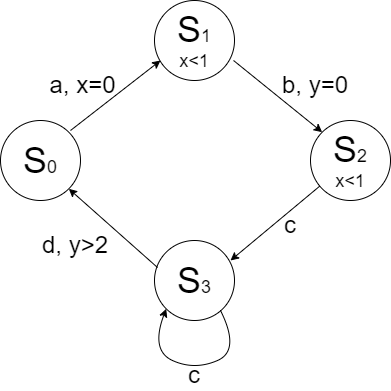
Before: 1png.drawio.png, a diagram exported from draw.io (tchernets-maria/progectToNeo). Source tidied: cells renumbered, new cells last; positions are measured from the earlier drawing's top-left corner, leaving out a move shared by most shapes.
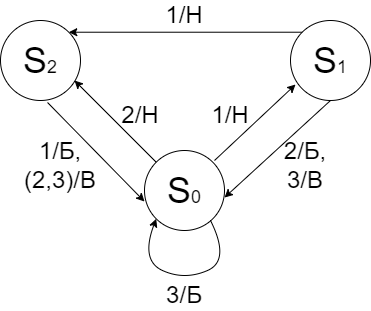
After the commit.

What changed in the source:
```diff
@@ -2,34 +2,15 @@
   <root>
     <mxCell id="0" />
     <mxCell id="1" parent="0" />
-    <mxCell id="2" value="&lt;font style=&quot;&quot;&gt;&lt;font style=&quot;font-size: 36px;&quot;&gt;S&lt;/font&gt;&lt;font style=&quot;font-size: 18px;&quot;&gt;0&lt;/font&gt;&lt;/font&gt;" style="ellipse;whiteSpace=wrap;html=1;" parent="1" vertex="1">
-      <mxGeometry y="120" width="80" height="80" as="geometry" />
+    <mxCell id="2" value="&lt;font style=&quot;&quot;&gt;&lt;font style=&quot;font-size: 36px;&quot;&gt;S&lt;/font&gt;&lt;font style=&quot;font-size: 18px;&quot;&gt;2&lt;/font&gt;&lt;/font&gt;" style="ellipse;whiteSpace=wrap;html=1;" parent="1" vertex="1">
+      <mxGeometry x="10" y="110" width="80" height="80" as="geometry" />
     </mxCell>
-    <mxCell id="3" value="&lt;font style=&quot;font-size: 36px;&quot;&gt;S&lt;/font&gt;&lt;font style=&quot;font-size: 18px;&quot;&gt;1&lt;br&gt;x&amp;lt;1&lt;br&gt;&lt;/font&gt;" style="ellipse;whiteSpace=wrap;html=1;" parent="1" vertex="1">
-      <mxGeometry x="154" width="80" height="80" as="geometry" />
-    </mxCell>
-    <mxCell id="4" value="&lt;font style=&quot;font-size: 36px;&quot;&gt;S&lt;/font&gt;&lt;font style=&quot;font-size: 18px;&quot;&gt;2&lt;br&gt;x&amp;lt;1&lt;br&gt;&lt;/font&gt;" style="ellipse;whiteSpace=wrap;html=1;" parent="1" vertex="1">
-      <mxGeometry x="310" y="120" width="80" height="80" as="geometry" />
+    <mxCell id="4" value="&lt;font style=&quot;font-size: 36px;&quot;&gt;S&lt;/font&gt;&lt;font style=&quot;font-size: 18px;&quot;&gt;1&lt;/font&gt;&lt;font style=&quot;font-size: 18px;&quot;&gt;&lt;br&gt;&lt;/font&gt;" style="ellipse;whiteSpace=wrap;html=1;" parent="1" vertex="1">
+      <mxGeometry x="300" y="110" width="80" height="80" as="geometry" />
     </mxCell>
-    <mxCell id="5" value="&lt;font style=&quot;font-size: 36px;&quot;&gt;S&lt;/font&gt;&lt;font style=&quot;font-size: 18px;&quot;&gt;3&lt;/font&gt;" style="ellipse;whiteSpace=wrap;html=1;" parent="1" vertex="1">
+    <mxCell id="5" value="&lt;font style=&quot;font-size: 36px;&quot;&gt;S&lt;/font&gt;&lt;font style=&quot;font-size: 18px;&quot;&gt;0&lt;/font&gt;" style="ellipse;whiteSpace=wrap;html=1;" parent="1" vertex="1">
       <mxGeometry x="154" y="240" width="80" height="80" as="geometry" />
     </mxCell>
-    <mxCell id="6" style="endArrow=classic;html=1;rounded=0;fontSize=24;entryX=0.075;entryY=0.75;entryDx=0;entryDy=0;entryPerimeter=0;" parent="1" edge="1" target="3">
-      <mxGeometry relative="1" as="geometry">
-        <mxPoint x="70" y="130" as="sourcePoint" />
-      </mxGeometry>
-    </mxCell>
-    <mxCell id="7" style="endArrow=classic;html=1;rounded=0;fontSize=24;" parent="1" edge="1" source="4">
-      <mxGeometry relative="1" as="geometry">
-        <mxPoint x="230" y="260" as="targetPoint" />
-      </mxGeometry>
-    </mxCell>
-    <mxCell id="8" style="endArrow=classic;html=1;rounded=0;fontSize=24;exitX=0.038;exitY=0.338;exitDx=0;exitDy=0;exitPerimeter=0;entryX=1;entryY=1;entryDx=0;entryDy=0;" parent="1" edge="1" source="5" target="2">
-      <mxGeometry relative="1" as="geometry" />
-    </mxCell>
-    <mxCell id="9" style="endArrow=classic;html=1;rounded=0;fontSize=24;entryX=0;entryY=0;entryDx=0;entryDy=0;exitX=0.988;exitY=0.75;exitDx=0;exitDy=0;exitPerimeter=0;" parent="1" edge="1" source="3" target="4">
-      <mxGeometry relative="1" as="geometry" />
-    </mxCell>
     <mxCell id="10" style="curved=1;endArrow=classic;html=1;rounded=0;fontSize=24;entryX=0;entryY=1;entryDx=0;entryDy=0;" parent="1" edge="1" target="5">
       <mxGeometry relative="1" as="geometry">
         <mxPoint x="220" y="310" as="sourcePoint" />
@@ -40,20 +21,40 @@
         </Array>
       </mxGeometry>
     </mxCell>
-    <mxCell id="11" value="c" style="text;html=1;strokeColor=none;fillColor=none;align=center;verticalAlign=middle;whiteSpace=wrap;rounded=0;fontSize=24;" parent="1" vertex="1">
-      <mxGeometry x="164" y="360" width="60" height="30" as="geometry" />
+    <mxCell id="11" value="3/Б" style="text;html=1;strokeColor=none;fillColor=none;align=center;verticalAlign=middle;whiteSpace=wrap;rounded=0;fontSize=24;" parent="1" vertex="1">
+      <mxGeometry x="164" y="370" width="60" height="30" as="geometry" />
     </mxCell>
-    <mxCell id="12" value="c" style="text;html=1;strokeColor=none;fillColor=none;align=center;verticalAlign=middle;whiteSpace=wrap;rounded=0;fontSize=24;" parent="1" vertex="1">
-      <mxGeometry x="260" y="210" width="60" height="30" as="geometry" />
-    </mxCell>
-    <mxCell id="13" value="b, y=0" style="text;html=1;strokeColor=none;fillColor=none;align=center;verticalAlign=middle;whiteSpace=wrap;rounded=0;fontSize=24;" parent="1" vertex="1">
-      <mxGeometry x="270" y="70" width="90" height="30" as="geometry" />
-    </mxCell>
-    <mxCell id="14" value="d, y&amp;gt;2" style="text;html=1;strokeColor=none;fillColor=none;align=center;verticalAlign=middle;whiteSpace=wrap;rounded=0;fontSize=24;" parent="1" vertex="1">
-      <mxGeometry x="30" y="230" width="90" height="30" as="geometry" />
-    </mxCell>
-    <mxCell id="15" value="a, x=0" style="text;html=1;strokeColor=none;fillColor=none;align=center;verticalAlign=middle;whiteSpace=wrap;rounded=0;fontSize=24;" parent="1" vertex="1">
-      <mxGeometry x="45" y="70" width="75" height="30" as="geometry" />
-    </mxCell>
+    <mxCell id="16" style="endArrow=classic;html=1;rounded=0;fontSize=18;exitX=0;exitY=0;exitDx=0;exitDy=0;entryX=1;entryY=0;entryDx=0;entryDy=0;" parent="1" edge="1" source="4" target="2">
+      <mxGeometry relative="1" as="geometry" />
+    </mxCell>
+    <mxCell id="17" value="&lt;font style=&quot;font-size: 24px;&quot;&gt;1/Н&lt;/font&gt;" style="text;html=1;strokeColor=none;fillColor=none;align=center;verticalAlign=middle;whiteSpace=wrap;rounded=0;fontSize=18;" parent="1" vertex="1">
+      <mxGeometry x="164" y="90" width="60" height="30" as="geometry" />
+    </mxCell>
+    <mxCell id="18" value="1/Б, (2,3)/В" style="text;html=1;strokeColor=none;fillColor=none;align=center;verticalAlign=middle;whiteSpace=wrap;rounded=0;fontSize=24;" parent="1" vertex="1">
+      <mxGeometry x="20" y="240" width="100" height="30" as="geometry" />
+    </mxCell>
+    <mxCell id="19" value="2/Н" style="text;html=1;strokeColor=none;fillColor=none;align=center;verticalAlign=middle;whiteSpace=wrap;rounded=0;fontSize=24;" parent="1" vertex="1">
+      <mxGeometry x="120" y="190" width="60" height="30" as="geometry" />
+    </mxCell>
+    <mxCell id="20" style="endArrow=classic;html=1;rounded=0;fontSize=24;exitX=0.588;exitY=1.025;exitDx=0;exitDy=0;exitPerimeter=0;entryX=0;entryY=0.638;entryDx=0;entryDy=0;entryPerimeter=0;" parent="1" edge="1" source="2" target="5">
+      <mxGeometry relative="1" as="geometry" />
+    </mxCell>
+    <mxCell id="21" style="endArrow=classic;html=1;rounded=0;fontSize=24;entryX=0.063;entryY=0.8;entryDx=0;entryDy=0;entryPerimeter=0;" parent="1" edge="1" target="4">
+      <mxGeometry relative="1" as="geometry">
+        <mxPoint x="224" y="250" as="sourcePoint" />
+      </mxGeometry>
+    </mxCell>
+    <mxCell id="22" style="endArrow=classic;html=1;rounded=0;fontSize=24;exitX=0.5;exitY=1;exitDx=0;exitDy=0;entryX=1;entryY=0.588;entryDx=0;entryDy=0;entryPerimeter=0;" parent="1" edge="1" source="4" target="5">
+      <mxGeometry relative="1" as="geometry" />
+    </mxCell>
+    <mxCell id="23" value="1/Н" style="text;html=1;strokeColor=none;fillColor=none;align=center;verticalAlign=middle;whiteSpace=wrap;rounded=0;fontSize=24;" parent="1" vertex="1">
+      <mxGeometry x="210" y="190" width="60" height="30" as="geometry" />
+    </mxCell>
+    <mxCell id="24" value="2/Б,&lt;br&gt;3/В" style="text;html=1;strokeColor=none;fillColor=none;align=center;verticalAlign=middle;whiteSpace=wrap;rounded=0;fontSize=24;" parent="1" vertex="1">
+      <mxGeometry x="280" y="230" width="70" height="50" as="geometry" />
+    </mxCell>
+    <mxCell id="8" style="endArrow=classic;html=1;rounded=0;fontSize=24;exitX=0;exitY=0;exitDx=0;exitDy=0;entryX=0.925;entryY=0.75;entryDx=0;entryDy=0;entryPerimeter=0;" parent="1" edge="1" source="5" target="2">
+      <mxGeometry relative="1" as="geometry" />
+    </mxCell>
   </root>
 </mxGraphModel>
```
